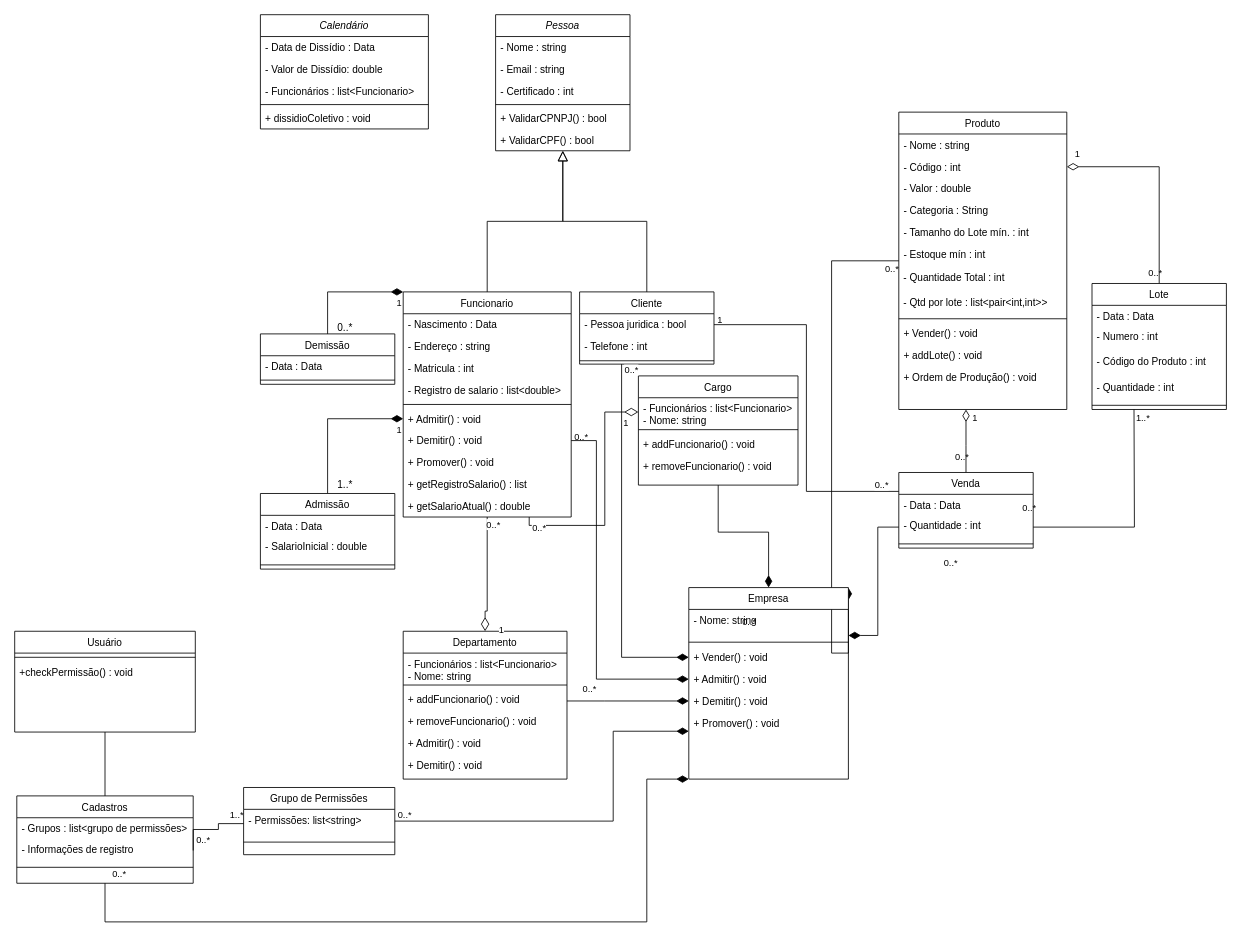
Earlier version of the draw.io diagram Sprint3.drawio (LDLPiao/tp_poo). Source tidied: cells renumbered, new cells numbered last; positions are measured from the earlier drawing's top-left corner, leaving out a move shared by most shapes. Both pictures are drawn from the tidied source at 84%, with x=0, y=0 at pixel (14, 14).
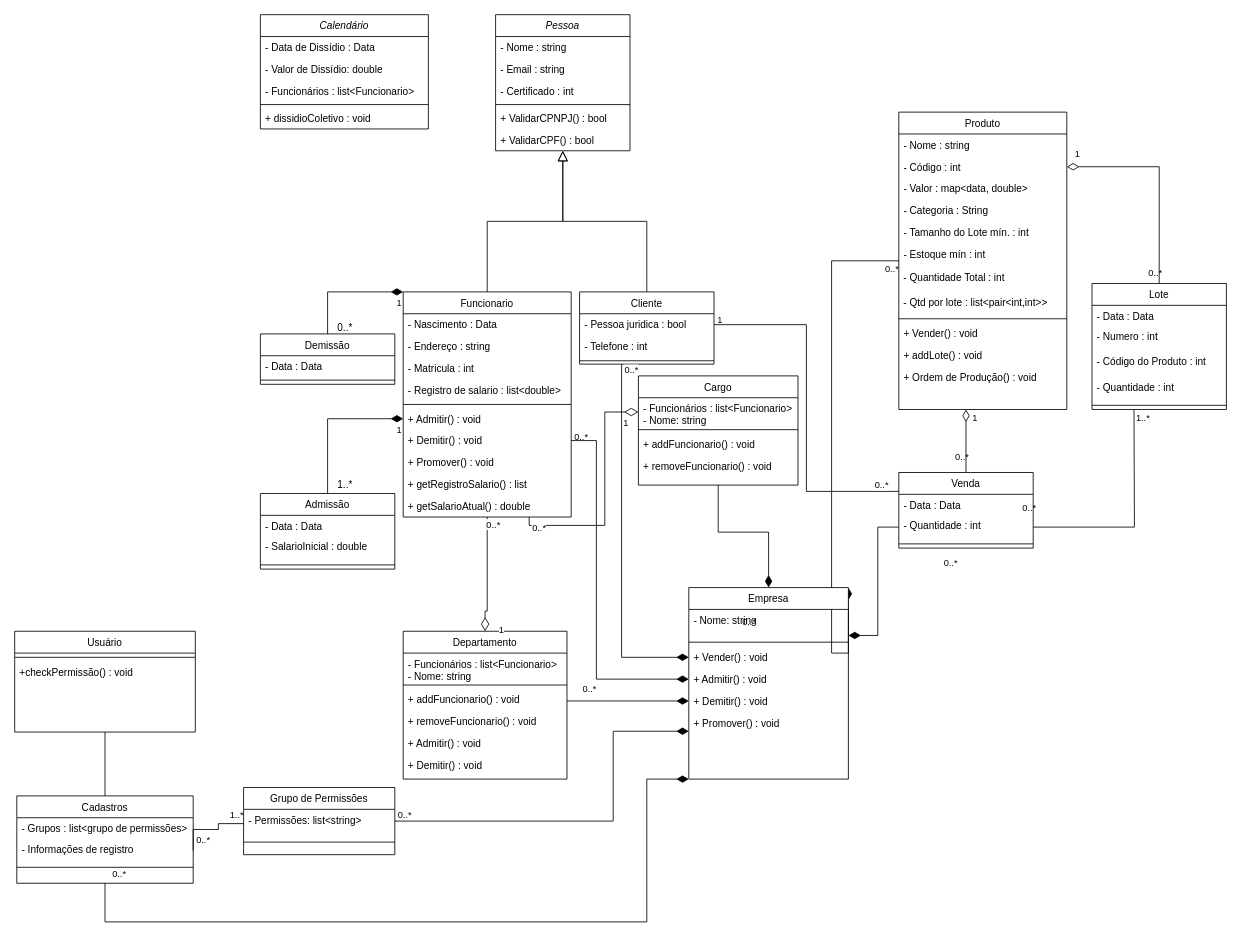
The same page after the edit.

Unchanged cells that the change refers to:
```xml
<mxCell id="81" value="Produto" style="swimlane;fontStyle=0;align=center;verticalAlign=top;horizontal=1;startSize=26;rounded=0;shadow=0;strokeWidth=1;" parent="1" vertex="1">
  <mxGeometry x="1052.5" y="116" width="200" height="354" as="geometry" />
</mxCell>
```

The edit, as a diff of the source:
```diff
@@
-    <mxCell id="84" value="- Valor : double" style="text;align=left;verticalAlign=top;spacingLeft=4;spacingRight=4;overflow=hidden;rounded=0;shadow=0;html=0;" parent="81" vertex="1">
+    <mxCell id="84" value="- Valor : map&lt;data, double&gt;" style="text;align=left;verticalAlign=top;spacingLeft=4;spacingRight=4;overflow=hidden;rounded=0;shadow=0;html=0;" parent="81" vertex="1">
       <mxGeometry y="78" width="200" height="26" as="geometry" />
     </mxCell>
```
